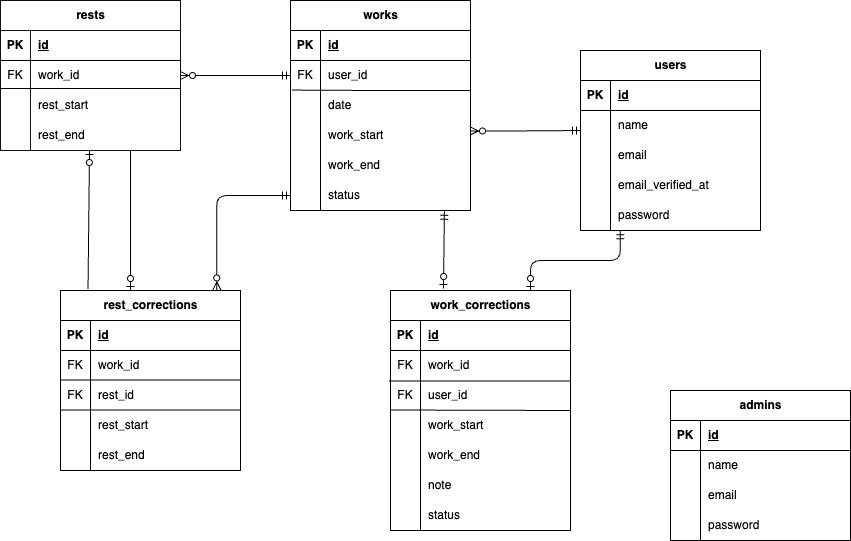
Earlier version of the draw.io export attendance.drawio.png (risa-prog/attendance). Source tidied: cells renumbered, new cells last; positions are measured from the earlier drawing's top-left corner, leaving out a move shared by most shapes.
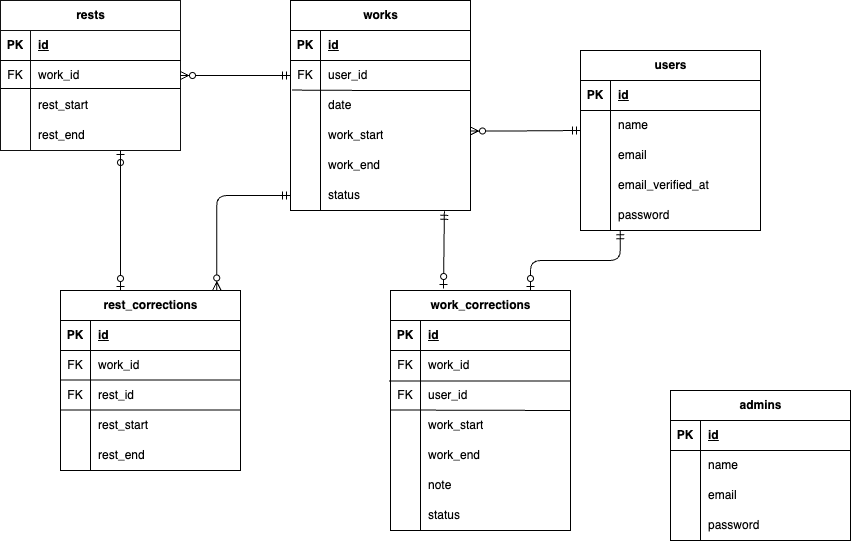
The same diagram one commit later.

Commit message:
refactor: clean up attendance controllers and views

Diff of the diagram source:
```diff
@@ -361,18 +361,13 @@
         <mxPoint x="570" y="410" as="targetPoint" />
       </mxGeometry>
     </mxCell>
-    <mxCell id="112" style="fontSize=12;html=1;endArrow=ERzeroToOne;endFill=1;exitX=0.153;exitY=-0.009;exitDx=0;exitDy=0;exitPerimeter=0;" parent="1" edge="1" source="55">
-      <mxGeometry relative="1" as="geometry">
-        <mxPoint x="89" y="150" as="targetPoint" />
-      </mxGeometry>
-    </mxCell>
-    <mxCell id="113" style="fontSize=12;html=1;endArrow=ERzeroToOne;endFill=1;" parent="1" edge="1">
+    <mxCell id="113" style="fontSize=12;html=1;endArrow=ERzeroToOne;endFill=0;startArrow=ERzeroToOne;startFill=0;" parent="1" edge="1">
       <mxGeometry relative="1" as="geometry">
-        <mxPoint x="130" y="150" as="sourcePoint" />
-        <mxPoint x="130" y="290" as="targetPoint" />
+        <mxPoint x="120" y="150" as="sourcePoint" />
+        <mxPoint x="120" y="290" as="targetPoint" />
         <Array as="points">
-          <mxPoint x="130" y="152" />
-          <mxPoint x="130" y="170" />
+          <mxPoint x="120" y="152" />
+          <mxPoint x="120" y="170" />
         </Array>
       </mxGeometry>
     </mxCell>
```
